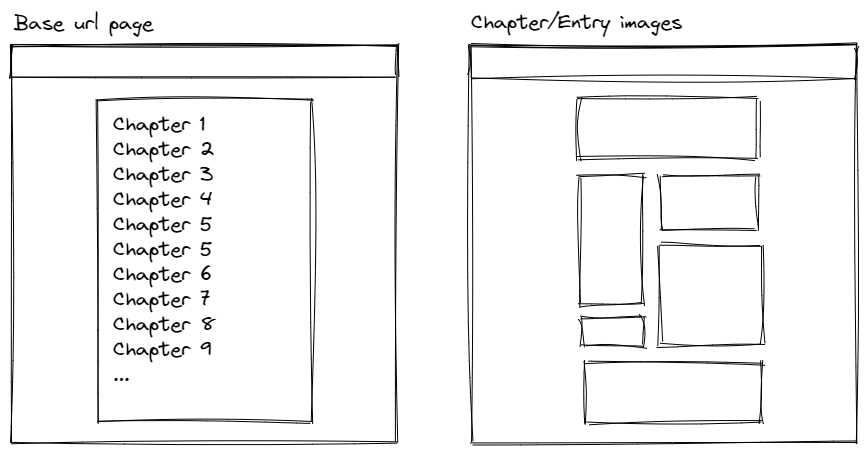
The Excalidraw diagram images/base.excalidraw.png in jofaval/album-scraper, before a commit. Source tidied: one line per element, renumbered; positions are measured from the earlier drawing's top-left corner, leaving out a move shared by most shapes.
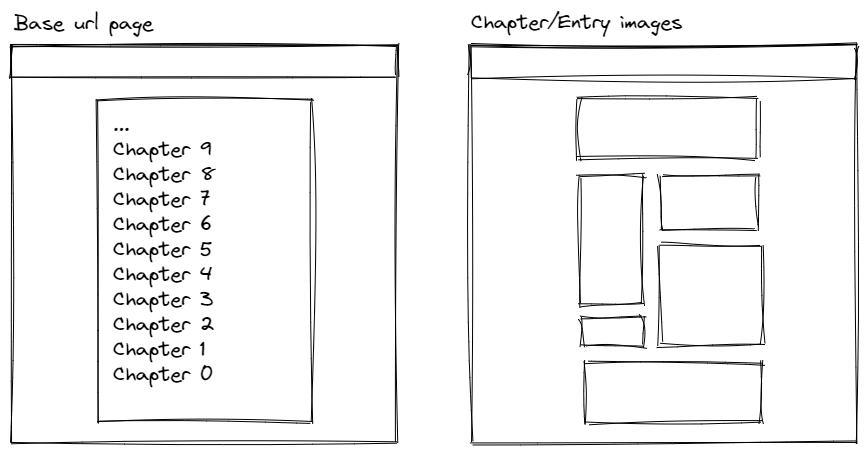
The same diagram one commit later.

Commit message:
fix: Images chapter order

What changed in the source:
```diff
@@ -3,7 +3,7 @@
 {"id": 2, "type": "rectangle", "strokeColor": "#000000", "strokeWidth": 1, "roughness": 2, "x": 1, "y": 35, "width": 386, "height": 398}
 {"id": 3, "type": "rectangle", "strokeColor": "#000000", "strokeWidth": 1, "roughness": 2, "x": 0, "y": 35, "width": 387, "height": 33}
 {"id": 4, "type": "rectangle", "strokeColor": "#000000", "strokeWidth": 1, "roughness": 2, "x": 87, "y": 89, "width": 215, "height": 323}
-{"id": 5, "type": "text", "text": "Chapter 1\nChapter 2\nChapter 3\nChapter 4\nChapter 5\nChapter 5\nChapter 6\nChapter 7\nChapter 8\nChapter 9\n...", "strokeColor": "#000000", "strokeWidth": 1, "roughness": 2, "fontSize": 20, "fontFamily": 1, "x": 103, "y": 102, "width": 103, "height": 275}
+{"id": 5, "type": "text", "text": "...\nChapter 9\nChapter 8\nChapter 7\nChapter 6\nChapter 5\nChapter 4\nChapter 3\nChapter 2\nChapter 1\nChapter 0", "strokeColor": "#000000", "strokeWidth": 1, "roughness": 2, "fontSize": 20, "fontFamily": 1, "x": 103, "y": 102, "width": 103, "height": 275}
 {"id": 6, "type": "rectangle", "strokeColor": "#000000", "strokeWidth": 1, "roughness": 2, "x": 461, "y": 35, "width": 386, "height": 398}
 {"id": 7, "type": "rectangle", "strokeColor": "#000000", "strokeWidth": 1, "roughness": 2, "x": 460, "y": 35, "width": 387, "height": 33}
 {"id": 8, "type": "rectangle", "strokeColor": "#000000", "strokeWidth": 1, "roughness": 2, "x": 568, "y": 88, "width": 179, "height": 61}
```
